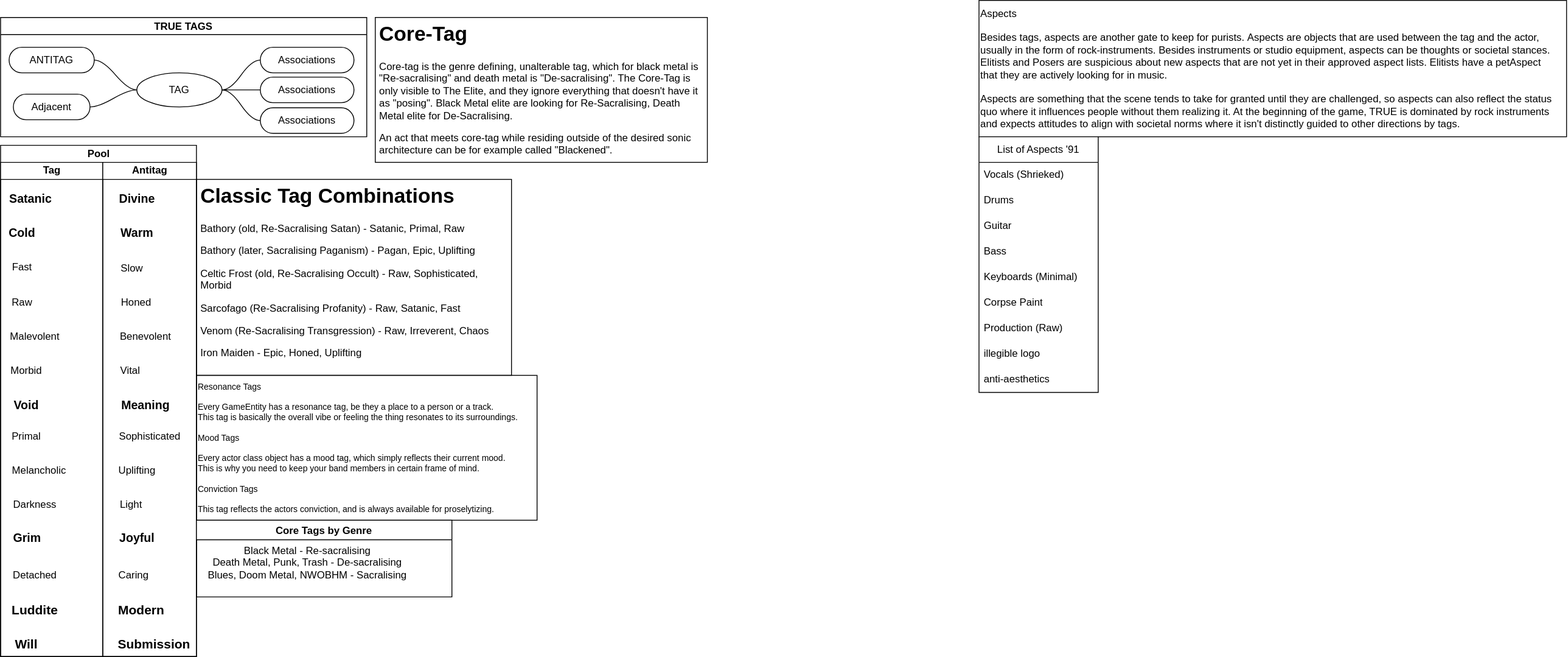
This is TheProspector/Assets/Schematics/TRUE.svg from SakuNurmiranta/TheProspector, a draw.io export, as it was before one commit. Source tidied: cells renumbered, new cells last; positions are measured from the earlier drawing's top-left corner, leaving out a move shared by most shapes.
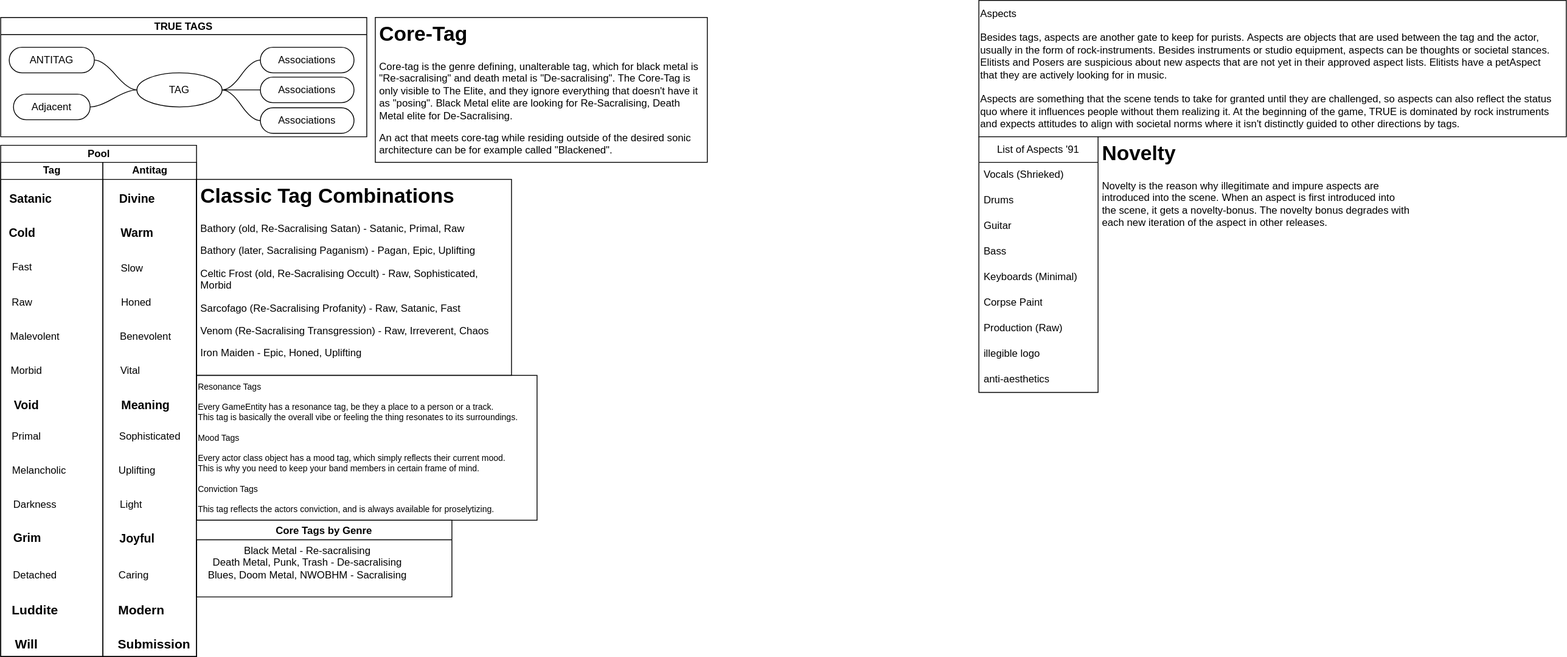
After the commit.

Change to the diagram source:
```diff
@@ -179,5 +179,8 @@
     <mxCell id="60" value="anti-aesthetics" style="text;strokeColor=none;fillColor=none;align=left;verticalAlign=middle;spacingLeft=4;spacingRight=4;overflow=hidden;whiteSpace=wrap;html=1;" parent="51" vertex="1">
       <mxGeometry y="270" width="140" height="30" as="geometry" />
     </mxCell>
+    <mxCell id="61" value="&lt;h1&gt;Novelty&lt;/h1&gt;&lt;p&gt;Novelty is the reason why illegitimate and impure aspects are introduced into the scene. When an aspect is first introduced into the scene, it gets a novelty-bonus. The novelty bonus degrades with each new iteration of the aspect in other releases.&amp;nbsp;&lt;/p&gt;" style="text;html=1;strokeColor=none;fillColor=none;spacing=5;spacingTop=-20;whiteSpace=wrap;overflow=hidden;rounded=0;" parent="1" vertex="1">
+      <mxGeometry x="1289" y="160" width="370" height="120" as="geometry" />
+    </mxCell>
   </root>
 </mxGraphModel>
```
